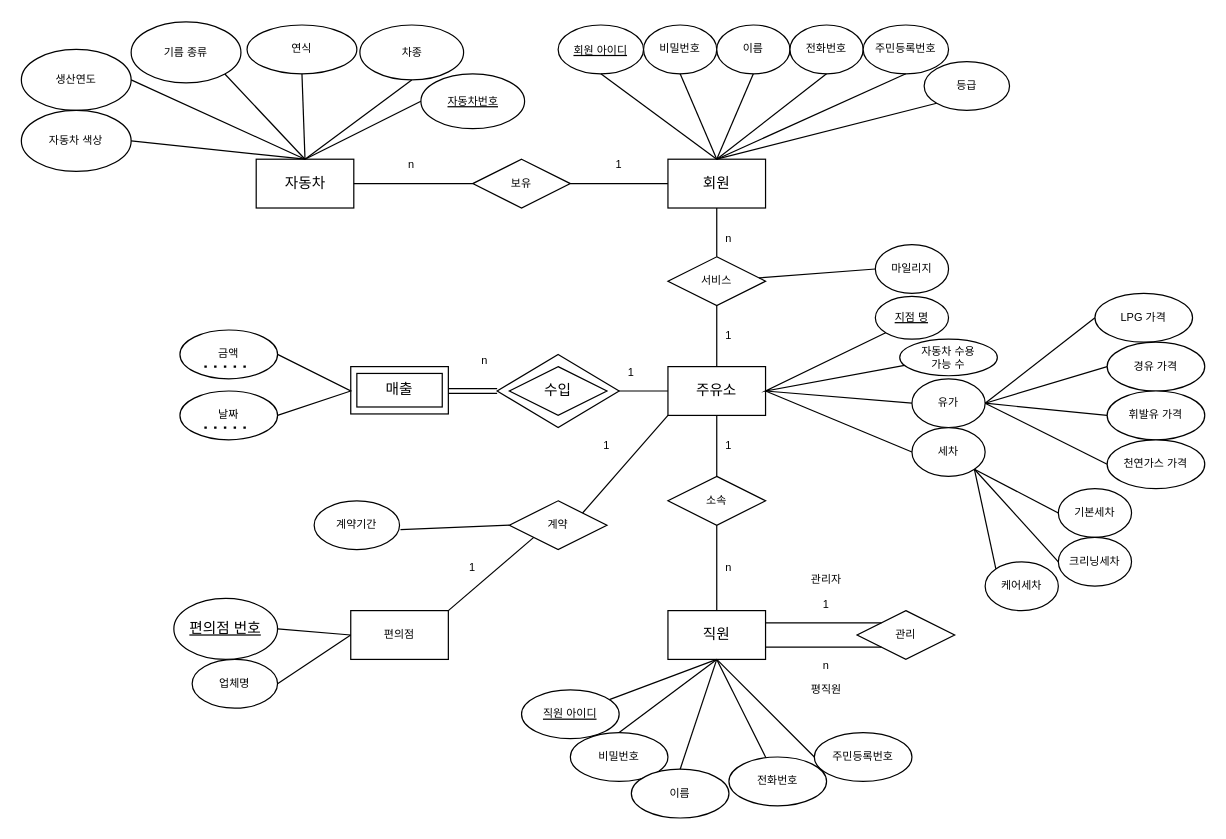
This is Untitled Diagram.drawio from junki1912/DataBase_base, a draw.io file, before an edit. Source tidied: cells renumbered, new cells numbered last; positions are measured from the earlier drawing's top-left corner, leaving out a move shared by most shapes. Both pictures are drawn from the tidied source at 122%, with x=0, y=0 at pixel (21, 22).
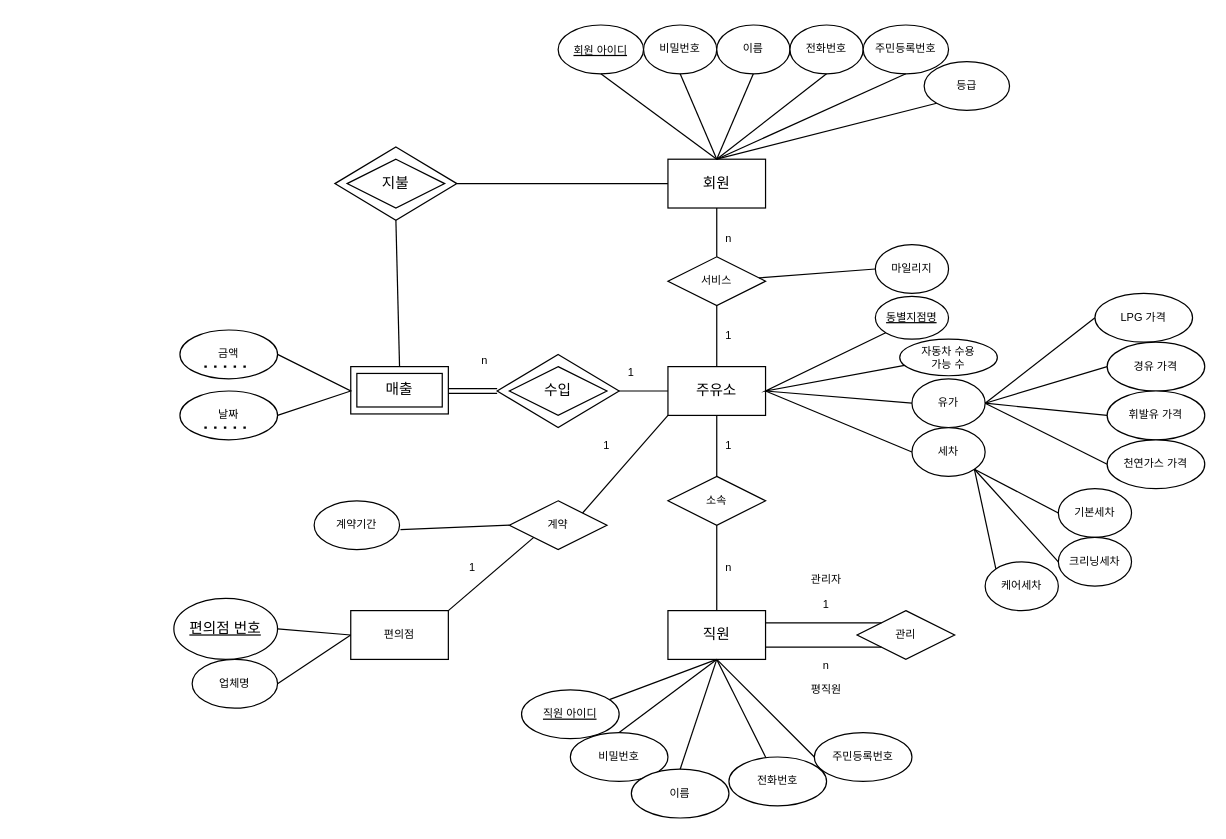
Above is the later version.

The change refers to these unchanged cells:
```xml
<mxCell id="3" value="회원" style="rounded=0;whiteSpace=wrap;html=1;" parent="1" vertex="1">
  <mxGeometry x="530" y="112" width="80" height="40" as="geometry" />
</mxCell>
<mxCell id="66" style="rounded=0;whiteSpace=wrap;html=1;" parent="1" vertex="1">
  <mxGeometry x="270" y="282" width="80" height="38.8" as="geometry" />
</mxCell>
```

The edit, as a diff of the source:
```diff
@@
-    <mxCell id="31" value="&lt;u&gt;지점 명&lt;/u&gt;" style="ellipse;whiteSpace=wrap;html=1;fontSize=9;" parent="1" vertex="1">
+    <mxCell id="31" value="&lt;u&gt;동별지점명&lt;/u&gt;" style="ellipse;whiteSpace=wrap;html=1;fontSize=9;" parent="1" vertex="1">
       <mxGeometry x="700" y="224.5" width="60" height="35" as="geometry" />
     </mxCell>
@@
-    <mxCell id="86" value="보유" style="rhombus;whiteSpace=wrap;html=1;fontSize=9;" parent="1" vertex="1">
-      <mxGeometry x="370" y="112" width="80" height="40" as="geometry" />
-    </mxCell>
-    <mxCell id="87" value="&lt;u&gt;자동차번호&lt;/u&gt;" style="ellipse;whiteSpace=wrap;html=1;fontSize=9;" parent="1" vertex="1">
-      <mxGeometry x="327.5" y="42" width="85" height="45" as="geometry" />
-    </mxCell>
-    <mxCell id="88" value="차종" style="ellipse;whiteSpace=wrap;html=1;fontSize=9;" parent="1" vertex="1">
-      <mxGeometry x="277.5" y="2" width="85" height="45" as="geometry" />
-    </mxCell>
-    <mxCell id="89" value="연식" style="ellipse;whiteSpace=wrap;html=1;fontSize=9;" parent="1" vertex="1">
-      <mxGeometry x="185" y="2" width="90" height="40" as="geometry" />
-    </mxCell>
-    <mxCell id="90" value="기름 종류" style="ellipse;whiteSpace=wrap;html=1;fontSize=9;" parent="1" vertex="1">
-      <mxGeometry x="90" y="-0.5" width="90" height="50" as="geometry" />
-    </mxCell>
-    <mxCell id="91" value="생산연도" style="ellipse;whiteSpace=wrap;html=1;fontSize=9;" parent="1" vertex="1">
-      <mxGeometry y="22" width="90" height="50" as="geometry" />
-    </mxCell>
-    <mxCell id="92" value="자동차" style="rounded=0;whiteSpace=wrap;html=1;" parent="1" vertex="1">
-      <mxGeometry x="192.5" y="112" width="80" height="40" as="geometry" />
-    </mxCell>
-    <mxCell id="93" value="자동차 색상" style="ellipse;whiteSpace=wrap;html=1;fontSize=9;" parent="1" vertex="1">
-      <mxGeometry y="72" width="90" height="50" as="geometry" />
-    </mxCell>
-    <mxCell id="94" style="endArrow=none;html=1;rounded=0;fontSize=9;entryX=0;entryY=0.5;entryDx=0;entryDy=0;exitX=1;exitY=0.5;exitDx=0;exitDy=0;" parent="1" edge="1" source="92" target="86">
-      <mxGeometry relative="1" as="geometry" />
-    </mxCell>
-    <mxCell id="95" style="endArrow=none;html=1;rounded=0;fontSize=9;exitX=1;exitY=0.5;exitDx=0;exitDy=0;entryX=0;entryY=0.5;entryDx=0;entryDy=0;" parent="1" edge="1" source="86" target="3">
+    <mxCell id="95" style="endArrow=none;html=1;rounded=0;fontSize=9;exitX=1;exitY=0.5;exitDx=0;exitDy=0;entryX=0;entryY=0.5;entryDx=0;entryDy=0;" parent="1" edge="1" source="110" target="3">
       <mxGeometry relative="1" as="geometry" />
     </mxCell>
-    <mxCell id="96" value="1" style="text;html=1;strokeColor=none;fillColor=none;align=center;verticalAlign=middle;whiteSpace=wrap;rounded=0;fontSize=9;" parent="1" vertex="1">
-      <mxGeometry x="460" y="102" width="60" height="30" as="geometry" />
-    </mxCell>
-    <mxCell id="97" value="n" style="text;html=1;strokeColor=none;fillColor=none;align=center;verticalAlign=middle;whiteSpace=wrap;rounded=0;fontSize=9;" parent="1" vertex="1">
-      <mxGeometry x="290" y="112" width="60" height="10" as="geometry" />
-    </mxCell>
-    <mxCell id="98" style="endArrow=none;html=1;rounded=0;entryX=0.5;entryY=0;entryDx=0;entryDy=0;exitX=1;exitY=0.5;exitDx=0;exitDy=0;" parent="1" edge="1" source="93" target="92">
-      <mxGeometry relative="1" as="geometry" />
-    </mxCell>
-    <mxCell id="99" style="endArrow=none;html=1;rounded=0;exitX=1;exitY=0.5;exitDx=0;exitDy=0;entryX=0.5;entryY=0;entryDx=0;entryDy=0;" parent="1" edge="1" source="91" target="92">
-      <mxGeometry relative="1" as="geometry" />
-    </mxCell>
-    <mxCell id="100" style="endArrow=none;html=1;rounded=0;exitX=1;exitY=1;exitDx=0;exitDy=0;entryX=0.5;entryY=0;entryDx=0;entryDy=0;" parent="1" edge="1" source="90" target="92">
-      <mxGeometry relative="1" as="geometry" />
-    </mxCell>
-    <mxCell id="101" style="endArrow=none;html=1;rounded=0;exitX=0.5;exitY=1;exitDx=0;exitDy=0;entryX=0.5;entryY=0;entryDx=0;entryDy=0;" parent="1" edge="1" source="89" target="92">
-      <mxGeometry relative="1" as="geometry" />
-    </mxCell>
-    <mxCell id="102" style="endArrow=none;html=1;rounded=0;exitX=0.5;exitY=1;exitDx=0;exitDy=0;entryX=0.5;entryY=0;entryDx=0;entryDy=0;" parent="1" edge="1" source="88" target="92">
-      <mxGeometry relative="1" as="geometry" />
-    </mxCell>
-    <mxCell id="103" style="endArrow=none;html=1;rounded=0;exitX=0;exitY=0.5;exitDx=0;exitDy=0;entryX=0.5;entryY=0;entryDx=0;entryDy=0;" parent="1" edge="1" source="87" target="92">
-      <mxGeometry relative="1" as="geometry" />
-    </mxCell>
@@
+    <mxCell id="110" style="rhombus;whiteSpace=wrap;html=1;" parent="1" vertex="1">
+      <mxGeometry x="257" y="102" width="100" height="60" as="geometry" />
+    </mxCell>
+    <mxCell id="111" value="지불" style="rhombus;whiteSpace=wrap;html=1;" parent="1" vertex="1">
+      <mxGeometry x="267" y="112" width="80" height="40" as="geometry" />
+    </mxCell>
+    <mxCell id="112" style="endArrow=none;html=1;rounded=0;entryX=0.5;entryY=1;entryDx=0;entryDy=0;exitX=0.5;exitY=0;exitDx=0;exitDy=0;" parent="1" edge="1" source="66" target="110">
+      <mxGeometry relative="1" as="geometry" />
+    </mxCell>
```
